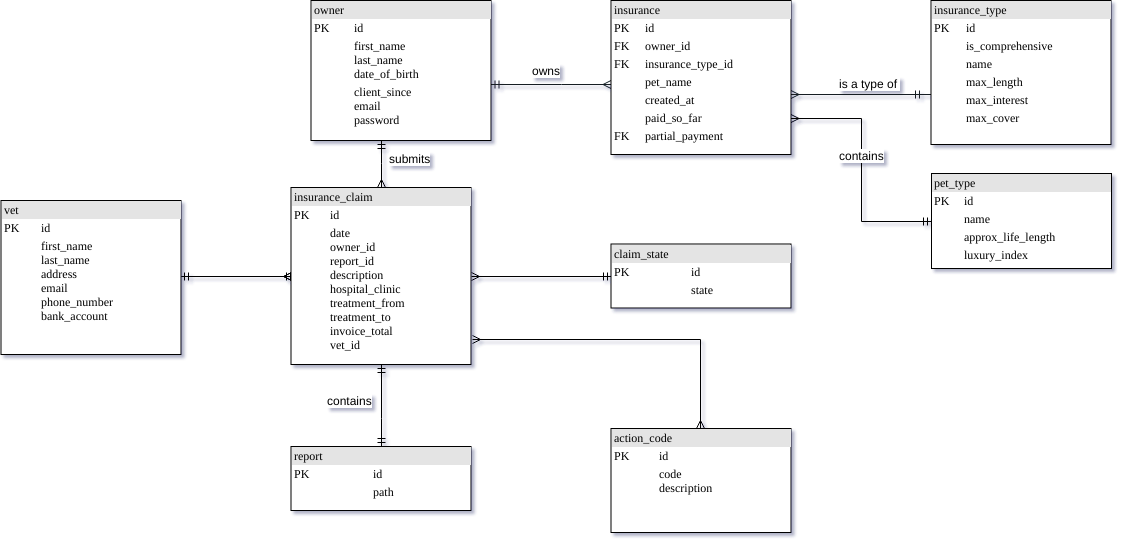
The draw.io diagram models/data_model/data_model.png in tomasMizera/pis-insurance, before a commit. Source tidied: cells renumbered, new cells last; positions are measured from the earlier drawing's top-left corner, leaving out a move shared by most shapes.
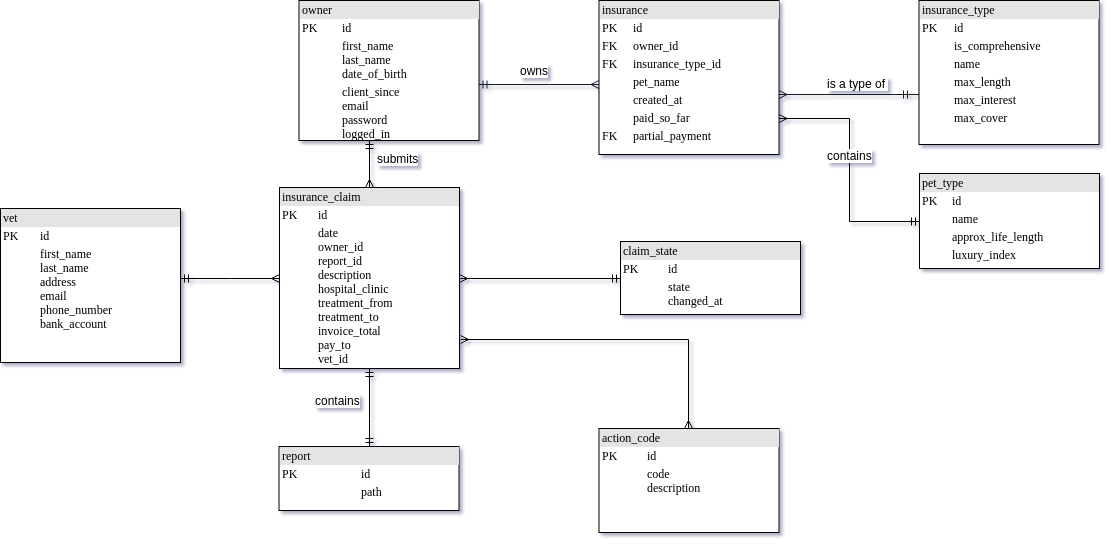
The same diagram one commit later.

Commit message:
updated data model

What changed in the source:
```diff
@@ -23,7 +23,7 @@
         </Array>
       </mxGeometry>
     </mxCell>
-    <mxCell id="5" value="&lt;div style=&quot;box-sizing: border-box ; width: 100% ; background: #e4e4e4 ; padding: 2px&quot;&gt;owner&lt;/div&gt;&lt;table style=&quot;width: 100% ; font-size: 1em&quot; cellpadding=&quot;2&quot; cellspacing=&quot;0&quot;&gt;&lt;tbody&gt;&lt;tr&gt;&lt;td&gt;PK&lt;/td&gt;&lt;td style=&quot;text-align: left&quot;&gt;id&lt;/td&gt;&lt;/tr&gt;&lt;tr&gt;&lt;td style=&quot;text-align: left&quot;&gt;&lt;/td&gt;&lt;td style=&quot;text-align: left&quot;&gt;first_name&lt;br&gt;last_name&lt;br&gt;date_of_birth&lt;/td&gt;&lt;/tr&gt;&lt;tr&gt;&lt;td style=&quot;text-align: left&quot;&gt;&lt;/td&gt;&lt;td style=&quot;text-align: left&quot;&gt;client_since&lt;br&gt;email&lt;br&gt;password&lt;br&gt;&lt;/td&gt;&lt;/tr&gt;&lt;/tbody&gt;&lt;/table&gt;" style="verticalAlign=top;align=left;overflow=fill;html=1;rounded=0;shadow=0;comic=0;labelBackgroundColor=none;strokeColor=#000000;strokeWidth=1;fillColor=#ffffff;fontFamily=Verdana;fontSize=12;fontColor=#000000;" parent="1" vertex="1">
+    <mxCell id="5" value="&lt;div style=&quot;box-sizing: border-box ; width: 100% ; background: #e4e4e4 ; padding: 2px&quot;&gt;owner&lt;/div&gt;&lt;table style=&quot;width: 100% ; font-size: 1em&quot; cellpadding=&quot;2&quot; cellspacing=&quot;0&quot;&gt;&lt;tbody&gt;&lt;tr&gt;&lt;td&gt;PK&lt;/td&gt;&lt;td style=&quot;text-align: left&quot;&gt;id&lt;/td&gt;&lt;/tr&gt;&lt;tr&gt;&lt;td style=&quot;text-align: left&quot;&gt;&lt;/td&gt;&lt;td style=&quot;text-align: left&quot;&gt;first_name&lt;br&gt;last_name&lt;br&gt;date_of_birth&lt;/td&gt;&lt;/tr&gt;&lt;tr&gt;&lt;td style=&quot;text-align: left&quot;&gt;&lt;/td&gt;&lt;td style=&quot;text-align: left&quot;&gt;client_since&lt;br&gt;email&lt;br&gt;password&lt;br&gt;logged_in&lt;br&gt;&lt;/td&gt;&lt;/tr&gt;&lt;/tbody&gt;&lt;/table&gt;" style="verticalAlign=top;align=left;overflow=fill;html=1;rounded=0;shadow=0;comic=0;labelBackgroundColor=none;strokeColor=#000000;strokeWidth=1;fillColor=#ffffff;fontFamily=Verdana;fontSize=12;fontColor=#000000;" parent="1" vertex="1">
       <mxGeometry x="310.5" width="180" height="140" as="geometry" />
     </mxCell>
     <mxCell id="6" style="edgeStyle=orthogonalEdgeStyle;rounded=0;orthogonalLoop=1;jettySize=auto;html=1;startArrow=ERmany;startFill=0;endArrow=ERmany;endFill=0;" parent="1" edge="1">
@@ -41,8 +41,8 @@
     <mxCell id="8" style="edgeStyle=orthogonalEdgeStyle;rounded=0;jettySize=auto;html=1;exitX=0;exitY=0.5;exitDx=0;exitDy=0;entryX=1;entryY=0.5;entryDx=0;entryDy=0;startArrow=ERmandOne;startFill=0;endArrow=ERmany;endFill=0;" parent="1" edge="1" source="9" target="24">
       <mxGeometry relative="1" as="geometry" />
     </mxCell>
-    <mxCell id="9" value="&lt;div style=&quot;box-sizing: border-box ; width: 100% ; background: #e4e4e4 ; padding: 2px&quot;&gt;claim_state&lt;/div&gt;&lt;table style=&quot;width: 100% ; font-size: 1em&quot; cellspacing=&quot;0&quot; cellpadding=&quot;2&quot;&gt;&lt;tbody&gt;&lt;tr&gt;&lt;td&gt;PK&lt;/td&gt;&lt;td style=&quot;text-align: left&quot;&gt;id&lt;/td&gt;&lt;/tr&gt;&lt;tr&gt;&lt;td style=&quot;text-align: left&quot;&gt;&lt;br&gt;&lt;/td&gt;&lt;td style=&quot;text-align: left&quot;&gt;state&lt;br&gt;&lt;br&gt;&lt;br&gt;&lt;/td&gt;&lt;/tr&gt;&lt;/tbody&gt;&lt;/table&gt;" style="verticalAlign=top;align=left;overflow=fill;html=1;rounded=0;shadow=0;comic=0;labelBackgroundColor=none;strokeColor=#000000;strokeWidth=1;fillColor=#ffffff;fontFamily=Verdana;fontSize=12;fontColor=#000000;" parent="1" vertex="1">
-      <mxGeometry x="610.5" y="243.5" width="180" height="64" as="geometry" />
+    <mxCell id="9" value="&lt;div style=&quot;box-sizing: border-box ; width: 100% ; background: #e4e4e4 ; padding: 2px&quot;&gt;claim_state&lt;/div&gt;&lt;table style=&quot;width: 100% ; font-size: 1em&quot; cellspacing=&quot;0&quot; cellpadding=&quot;2&quot;&gt;&lt;tbody&gt;&lt;tr&gt;&lt;td&gt;PK&lt;/td&gt;&lt;td style=&quot;text-align: left&quot;&gt;id&lt;/td&gt;&lt;/tr&gt;&lt;tr&gt;&lt;td style=&quot;text-align: left&quot;&gt;&lt;br&gt;&lt;/td&gt;&lt;td style=&quot;text-align: left&quot;&gt;state&lt;br&gt;changed_at&lt;br&gt;&lt;br&gt;&lt;/td&gt;&lt;/tr&gt;&lt;/tbody&gt;&lt;/table&gt;" style="verticalAlign=top;align=left;overflow=fill;html=1;rounded=0;shadow=0;comic=0;labelBackgroundColor=none;strokeColor=#000000;strokeWidth=1;fillColor=#ffffff;fontFamily=Verdana;fontSize=12;fontColor=#000000;" parent="1" vertex="1">
+      <mxGeometry x="632" y="241" width="180" height="73" as="geometry" />
     </mxCell>
     <mxCell id="10" style="edgeStyle=orthogonalEdgeStyle;rounded=0;jettySize=auto;html=1;exitX=0.5;exitY=1;exitDx=0;exitDy=0;startArrow=ERmandOne;startFill=0;endArrow=ERmandOne;endFill=0;strokeColor=#000000;" parent="1" edge="1" source="24" target="18">
       <mxGeometry relative="1" as="geometry">
@@ -104,24 +104,19 @@
         <mxPoint x="37" y="-6" as="offset" />
       </mxGeometry>
     </mxCell>
-    <mxCell id="21" style="edgeStyle=orthogonalEdgeStyle;rounded=0;jettySize=auto;html=1;entryX=0;entryY=0.5;entryDx=0;entryDy=0;endArrow=ERmany;endFill=0;startArrow=ERmandOne;startFill=0;" parent="1" edge="1" target="24">
-      <mxGeometry relative="1" as="geometry">
-        <mxPoint x="192" y="276" as="sourcePoint" />
-        <Array as="points">
-          <mxPoint x="181" y="276" />
-        </Array>
-      </mxGeometry>
-    </mxCell>
+    <mxCell id="26" style="edgeStyle=orthogonalEdgeStyle;rounded=0;jettySize=auto;html=1;entryX=0;entryY=0.5;entryDx=0;entryDy=0;endArrow=ERmany;endFill=0;startArrow=ERmandOne;startFill=0;" parent="1" edge="1" source="22" target="24">
+      <mxGeometry relative="1" as="geometry">
+        <Array as="points">
+          <mxPoint x="242" y="278" />
+          <mxPoint x="242" y="278" />
+        </Array>
+      </mxGeometry>
+    </mxCell>
     <mxCell id="22" value="&lt;div style=&quot;box-sizing: border-box ; width: 100% ; background: #e4e4e4 ; padding: 2px&quot;&gt;vet&lt;/div&gt;&lt;table style=&quot;width: 100% ; font-size: 1em&quot; cellpadding=&quot;2&quot; cellspacing=&quot;0&quot;&gt;&lt;tbody&gt;&lt;tr&gt;&lt;td&gt;PK&lt;/td&gt;&lt;td&gt;id&lt;/td&gt;&lt;/tr&gt;&lt;tr&gt;&lt;td&gt;&lt;br&gt;&lt;/td&gt;&lt;td&gt;first_name&lt;br&gt;last_name&lt;br&gt;address&lt;br&gt;email&lt;br&gt;phone_number&lt;br&gt;bank_account&lt;/td&gt;&lt;/tr&gt;&lt;/tbody&gt;&lt;/table&gt;" style="verticalAlign=top;align=left;overflow=fill;html=1;rounded=0;shadow=0;comic=0;labelBackgroundColor=none;strokeColor=#000000;strokeWidth=1;fillColor=#ffffff;fontFamily=Verdana;fontSize=12;fontColor=#000000;" parent="1" vertex="1">
-      <mxGeometry x="0.5" y="200" width="180" height="154" as="geometry" />
+      <mxGeometry x="12" y="208" width="180" height="154" as="geometry" />
     </mxCell>
-    <mxCell id="23" style="edgeStyle=orthogonalEdgeStyle;rounded=0;jettySize=auto;html=1;exitX=0;exitY=0.5;exitDx=0;exitDy=0;startArrow=ERmany;startFill=0;endArrow=ERmandOne;endFill=0;" parent="1" edge="1" source="24">
-      <mxGeometry relative="1" as="geometry">
-        <mxPoint x="282" y="276" as="targetPoint" />
-      </mxGeometry>
-    </mxCell>
-    <mxCell id="24" value="&lt;div style=&quot;box-sizing: border-box ; width: 100% ; background: #e4e4e4 ; padding: 2px&quot;&gt;insurance_claim&lt;/div&gt;&lt;table style=&quot;width: 100% ; font-size: 1em&quot; cellspacing=&quot;0&quot; cellpadding=&quot;2&quot;&gt;&lt;tbody&gt;&lt;tr&gt;&lt;td&gt;PK&lt;/td&gt;&lt;td style=&quot;text-align: left&quot;&gt;id&lt;/td&gt;&lt;/tr&gt;&lt;tr&gt;&lt;td style=&quot;text-align: left&quot;&gt;&lt;br&gt;&lt;/td&gt;&lt;td style=&quot;text-align: left&quot;&gt;date&lt;br&gt;owner_id&lt;br&gt;report_id&lt;br&gt;description&lt;br&gt;hospital_clinic&lt;br&gt;treatment_from&lt;br&gt;treatment_to&lt;br&gt;invoice_total&lt;br&gt;vet_id&lt;br&gt;&lt;/td&gt;&lt;/tr&gt;&lt;/tbody&gt;&lt;/table&gt;" style="verticalAlign=top;align=left;overflow=fill;html=1;rounded=0;shadow=0;comic=0;labelBackgroundColor=none;strokeColor=#000000;strokeWidth=1;fillColor=#ffffff;fontFamily=Verdana;fontSize=12;fontColor=#000000;" parent="1" vertex="1">
-      <mxGeometry x="290.5" y="187" width="180" height="177" as="geometry" />
+    <mxCell id="24" value="&lt;div style=&quot;box-sizing: border-box ; width: 100% ; background: #e4e4e4 ; padding: 2px&quot;&gt;insurance_claim&lt;/div&gt;&lt;table style=&quot;width: 100% ; font-size: 1em&quot; cellspacing=&quot;0&quot; cellpadding=&quot;2&quot;&gt;&lt;tbody&gt;&lt;tr&gt;&lt;td&gt;PK&lt;/td&gt;&lt;td style=&quot;text-align: left&quot;&gt;id&lt;/td&gt;&lt;/tr&gt;&lt;tr&gt;&lt;td style=&quot;text-align: left&quot;&gt;&lt;br&gt;&lt;/td&gt;&lt;td style=&quot;text-align: left&quot;&gt;date&lt;br&gt;owner_id&lt;br&gt;report_id&lt;br&gt;description&lt;br&gt;hospital_clinic&lt;br&gt;treatment_from&lt;br&gt;treatment_to&lt;br&gt;invoice_total&lt;br&gt;pay_to&lt;br&gt;vet_id&lt;br&gt;&lt;/td&gt;&lt;/tr&gt;&lt;/tbody&gt;&lt;/table&gt;" style="verticalAlign=top;align=left;overflow=fill;html=1;rounded=0;shadow=0;comic=0;labelBackgroundColor=none;strokeColor=#000000;strokeWidth=1;fillColor=#ffffff;fontFamily=Verdana;fontSize=12;fontColor=#000000;" parent="1" vertex="1">
+      <mxGeometry x="291" y="187" width="180" height="181" as="geometry" />
     </mxCell>
     <mxCell id="25" value="&lt;div style=&quot;box-sizing: border-box ; width: 100% ; background: #e4e4e4 ; padding: 2px&quot;&gt;pet_type&lt;/div&gt;&lt;table style=&quot;width: 100% ; font-size: 1em&quot; cellpadding=&quot;2&quot; cellspacing=&quot;0&quot;&gt;&lt;tbody&gt;&lt;tr&gt;&lt;td&gt;PK&lt;/td&gt;&lt;td&gt;id&lt;/td&gt;&lt;/tr&gt;&lt;tr&gt;&lt;td&gt;&lt;br&gt;&lt;/td&gt;&lt;td&gt;name&lt;/td&gt;&lt;/tr&gt;&lt;tr&gt;&lt;td&gt;&lt;/td&gt;&lt;td&gt;approx_life_length&lt;br&gt;&lt;/td&gt;&lt;/tr&gt;&lt;tr&gt;&lt;td&gt;&lt;/td&gt;&lt;td&gt;luxury_index&lt;/td&gt;&lt;/tr&gt;&lt;tr&gt;&lt;td&gt;&lt;br&gt;&lt;/td&gt;&lt;td&gt;&lt;br&gt;&lt;/td&gt;&lt;/tr&gt;&lt;/tbody&gt;&lt;/table&gt;" style="verticalAlign=top;align=left;overflow=fill;html=1;rounded=0;shadow=0;comic=0;labelBackgroundColor=none;strokeColor=#000000;strokeWidth=1;fillColor=#ffffff;fontFamily=Verdana;fontSize=12;fontColor=#000000;" parent="1" vertex="1">
       <mxGeometry x="931" y="173" width="180" height="95" as="geometry" />
```
